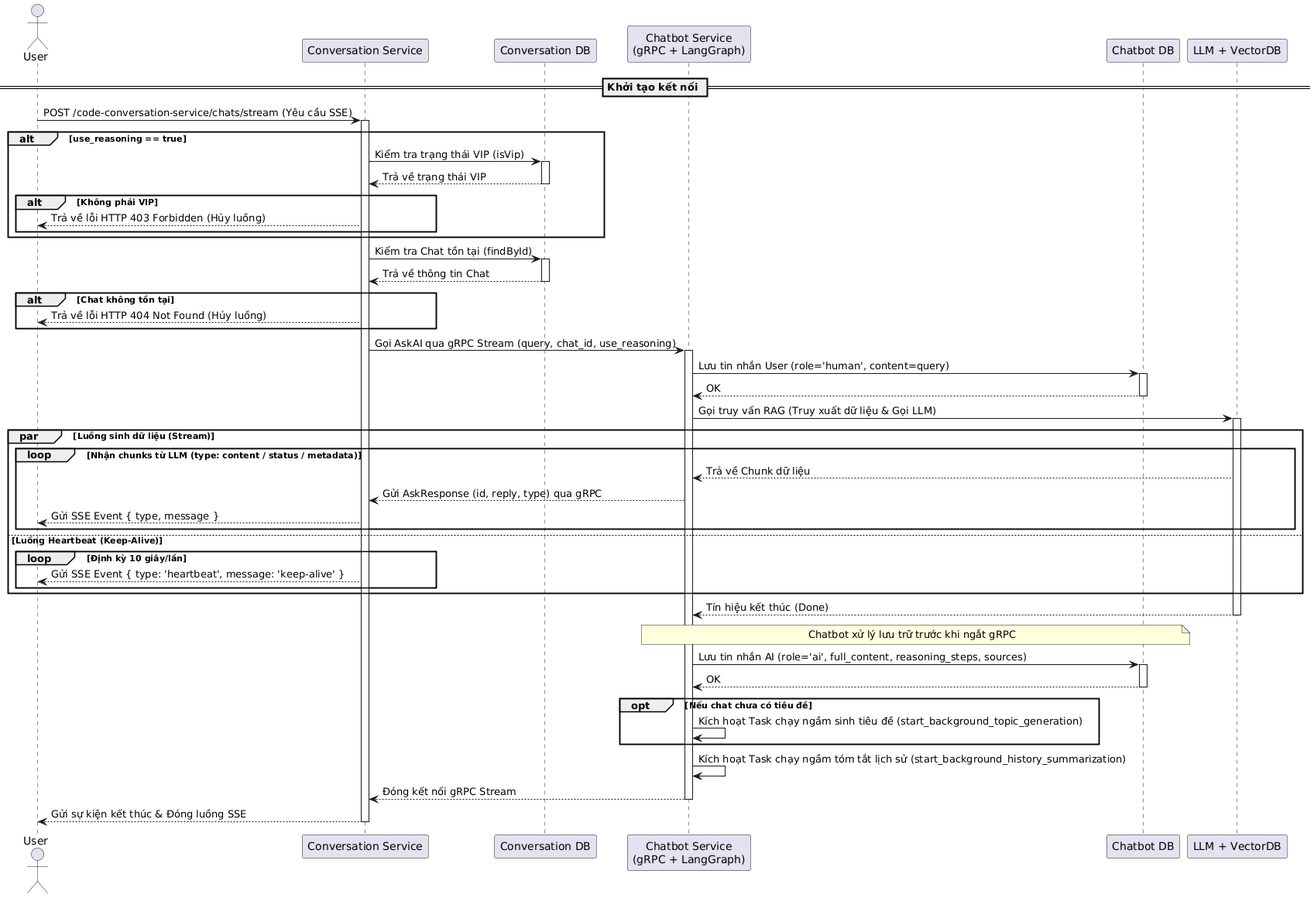
The PlantUML diagram temp/05-sequence/UML-Sequence-17.png in 20206205Tech/docs-uml, before a commit.
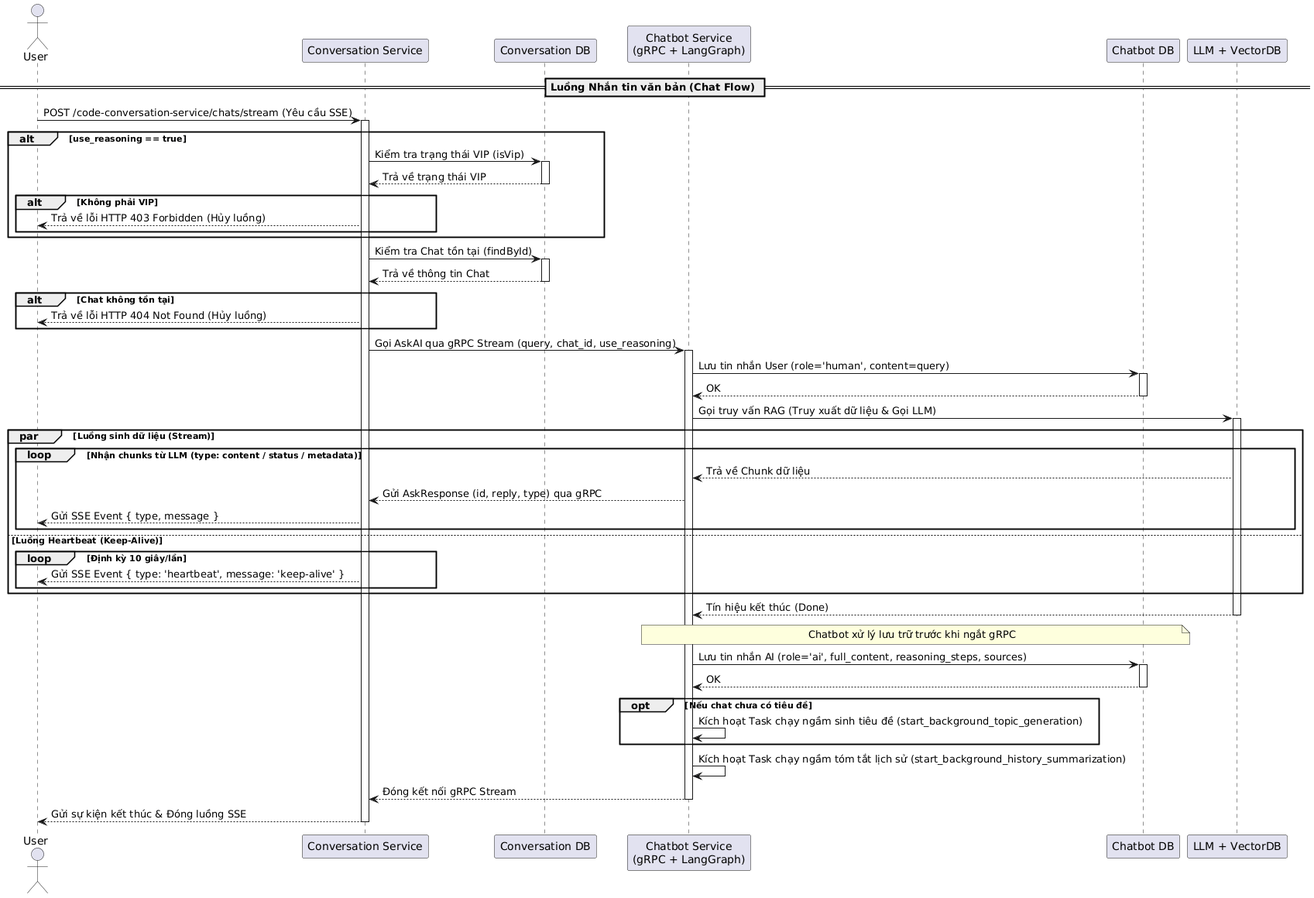
After the commit.

Diff of the diagram source:
```diff
@@ -6,7 +6,7 @@
 participant "Chatbot DB" as ChatbotDB
 participant "LLM + VectorDB" as LLM
 
-== Khởi tạo kết nối ==
+== Luồng Nhắn tin văn bản (Chat Flow) ==
 User -> ConvService: POST /code-conversation-service/chats/stream (Yêu cầu SSE)
 activate ConvService
 
```
